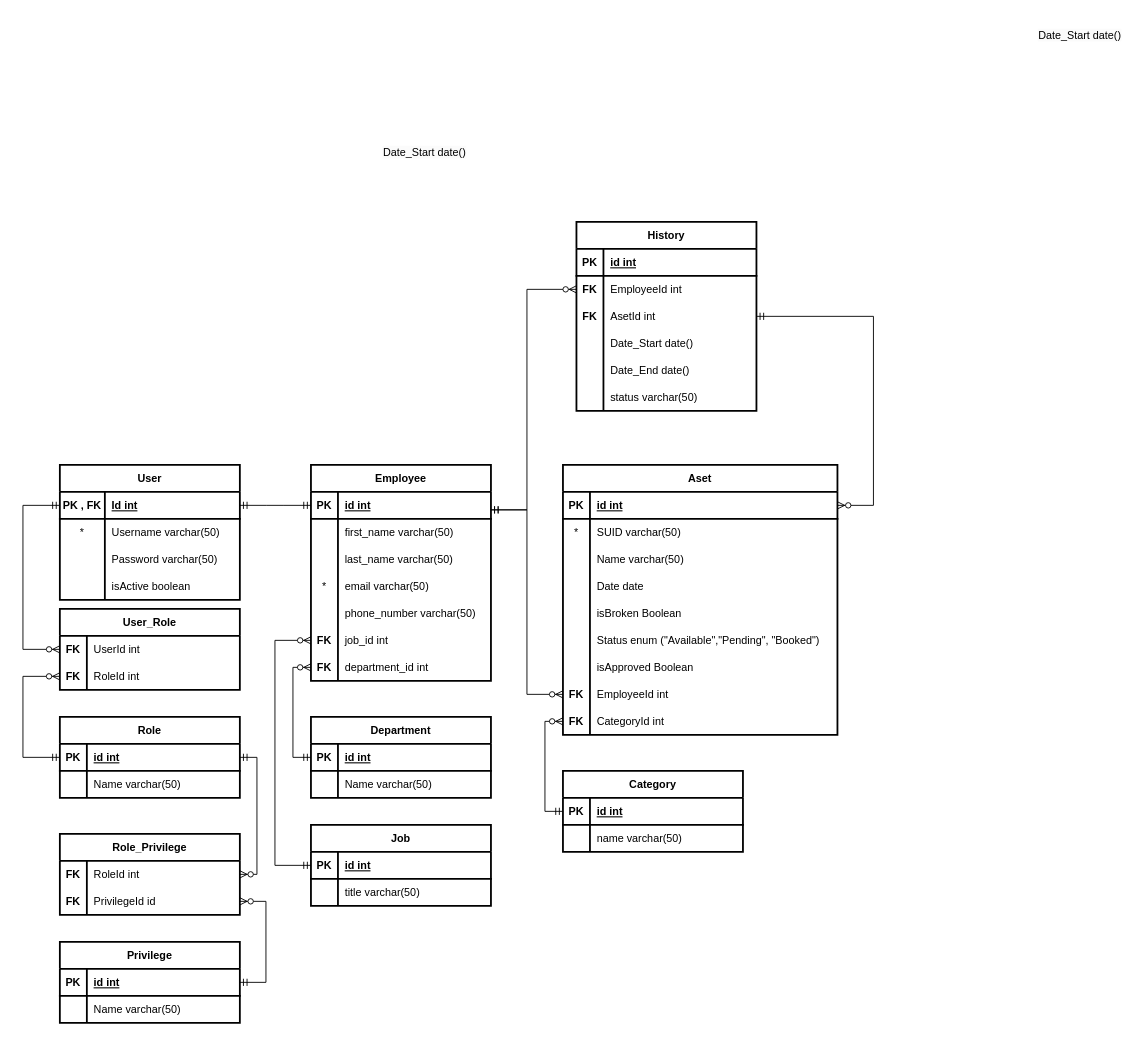
This is page "ERD" (6 of 7) of Untitled Diagram.drawio from alifandartaa/BPMN-MCC72, a draw.io file, before an edit. Source tidied: cells renumbered, new cells numbered last; positions are measured from the earlier drawing's top-left corner, leaving out a move shared by most shapes. Both pictures are drawn from the tidied source at 90%, with x=0, y=0 at pixel (22, 221).
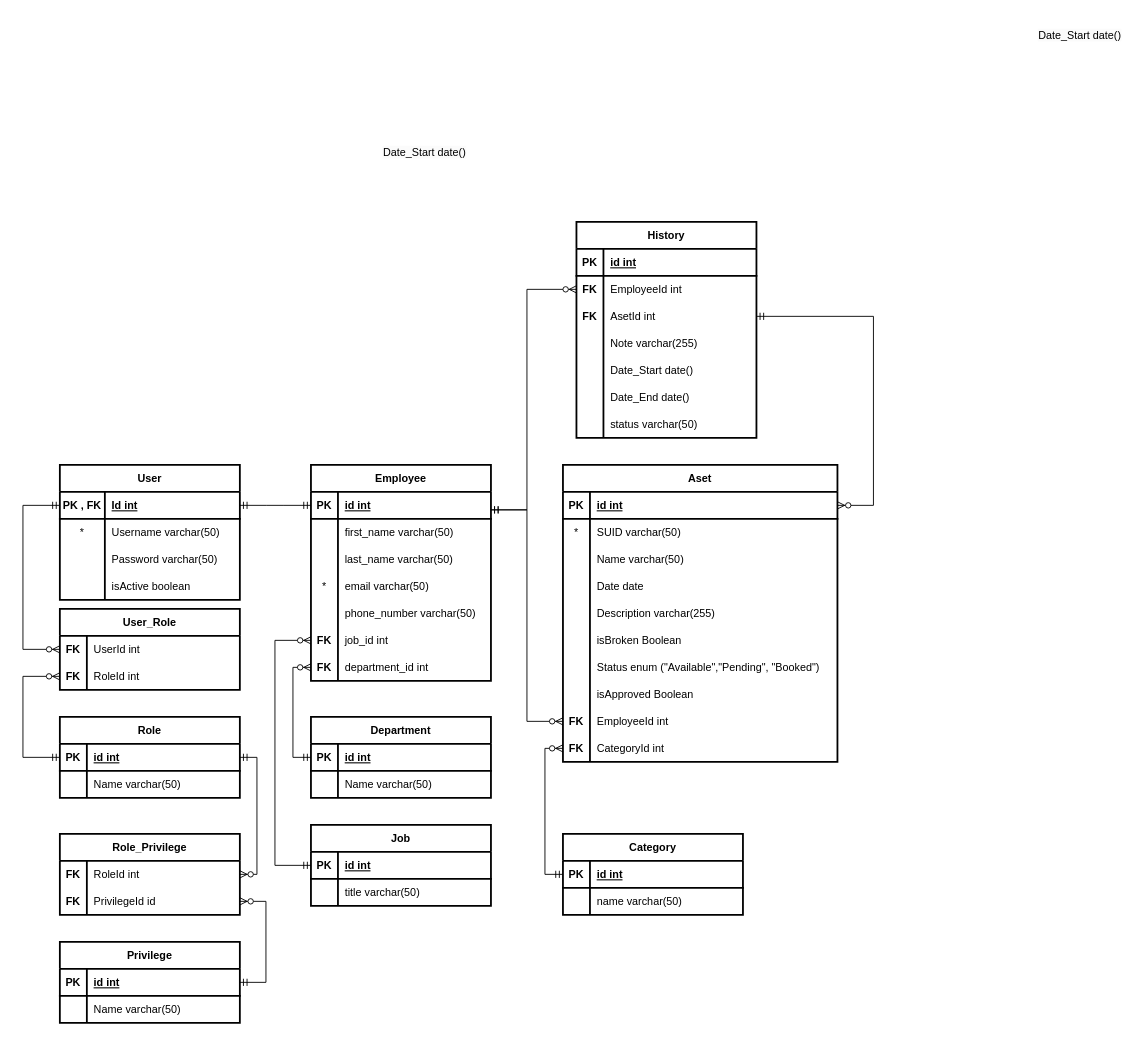
The same diagram, later.

The change refers to these unchanged cells:
```xml
<mxCell id="125" style="shape=tableRow;horizontal=0;startSize=0;swimlaneHead=0;swimlaneBody=0;fillColor=none;top=0;left=0;right=0;bottom=0;strokeWidth=2;" parent="115" vertex="1">
  <mxGeometry y="120" width="200" height="30" as="geometry" />
</mxCell>
```

Diff of the diagram source:
```diff
@@
     <mxCell id="70" value="Aset" style="shape=table;startSize=30;childLayout=tableLayout;rowLines=0;fontStyle=1;align=center;strokeWidth=2;" parent="1" vertex="1">
-      <mxGeometry x="600" y="270" width="305" height="300" as="geometry" />
+      <mxGeometry x="600" y="270" width="305" height="330" as="geometry" />
     </mxCell>
@@
+    <mxCell id="144" style="shape=tableRow;horizontal=0;startSize=0;swimlaneHead=0;swimlaneBody=0;fillColor=none;top=0;left=0;right=0;bottom=0;strokeWidth=2;" parent="70" vertex="1">
+      <mxGeometry y="150" width="305" height="30" as="geometry" />
+    </mxCell>
+    <mxCell id="145" style="shape=partialRectangle;fillColor=none;top=0;left=0;bottom=0;right=0;overflow=hidden;strokeWidth=2;" parent="144" vertex="1">
+      <mxGeometry width="30" height="30" as="geometry" />
+    </mxCell>
+    <mxCell id="146" value="Description varchar(255)" style="shape=partialRectangle;fillColor=none;top=0;left=0;bottom=0;right=0;align=left;spacingLeft=6;overflow=hidden;strokeWidth=2;" parent="144" vertex="1">
+      <mxGeometry x="30" width="275" height="30" as="geometry" />
+    </mxCell>
     <mxCell id="83" style="shape=tableRow;horizontal=0;startSize=0;swimlaneHead=0;swimlaneBody=0;fillColor=none;top=0;left=0;right=0;bottom=0;strokeWidth=2;" parent="70" vertex="1">
-      <mxGeometry y="150" width="305" height="30" as="geometry" />
+      <mxGeometry y="180" width="305" height="30" as="geometry" />
     </mxCell>
@@
     <mxCell id="86" style="shape=tableRow;horizontal=0;startSize=0;swimlaneHead=0;swimlaneBody=0;fillColor=none;top=0;left=0;right=0;bottom=0;strokeWidth=2;" parent="70" vertex="1">
-      <mxGeometry y="180" width="305" height="30" as="geometry" />
+      <mxGeometry y="210" width="305" height="30" as="geometry" />
     </mxCell>
@@
     <mxCell id="89" style="shape=tableRow;horizontal=0;startSize=0;swimlaneHead=0;swimlaneBody=0;fillColor=none;top=0;left=0;right=0;bottom=0;strokeWidth=2;" parent="70" vertex="1">
-      <mxGeometry y="210" width="305" height="30" as="geometry" />
+      <mxGeometry y="240" width="305" height="30" as="geometry" />
     </mxCell>
@@
     <mxCell id="92" style="shape=tableRow;horizontal=0;startSize=0;swimlaneHead=0;swimlaneBody=0;fillColor=none;points=[[0,0.5],[1,0.5]];portConstraint=eastwest;top=0;left=0;right=0;bottom=0;strokeWidth=2;" parent="70" vertex="1">
-      <mxGeometry y="240" width="305" height="30" as="geometry" />
+      <mxGeometry y="270" width="305" height="30" as="geometry" />
     </mxCell>
@@
     <mxCell id="95" style="shape=tableRow;horizontal=0;startSize=0;swimlaneHead=0;swimlaneBody=0;fillColor=none;points=[[0,0.5],[1,0.5]];portConstraint=eastwest;top=0;left=0;right=0;bottom=0;strokeWidth=2;" parent="70" vertex="1">
-      <mxGeometry y="270" width="305" height="30" as="geometry" />
+      <mxGeometry y="300" width="305" height="30" as="geometry" />
     </mxCell>
@@
     <mxCell id="115" value="History" style="shape=table;startSize=30;childLayout=tableLayout;rowLines=0;fontStyle=1;align=center;strokeWidth=2;" parent="1" vertex="1">
-      <mxGeometry x="615" width="200" height="210" as="geometry" />
+      <mxGeometry x="615" width="200" height="240" as="geometry" />
     </mxCell>
@@
-    <mxCell id="127" value="Date_Start date()" style="shape=partialRectangle;fillColor=none;top=0;left=0;bottom=0;right=0;align=left;spacingLeft=6;overflow=hidden;strokeWidth=2;" parent="125" vertex="1">
+    <mxCell id="127" value="Note varchar(255)" style="shape=partialRectangle;fillColor=none;top=0;left=0;bottom=0;right=0;align=left;spacingLeft=6;overflow=hidden;strokeWidth=2;" parent="125" vertex="1">
       <mxGeometry x="30" width="170" height="30" as="geometry" />
     </mxCell>
+    <mxCell id="147" style="shape=tableRow;horizontal=0;startSize=0;swimlaneHead=0;swimlaneBody=0;fillColor=none;top=0;left=0;right=0;bottom=0;strokeWidth=2;" parent="115" vertex="1">
+      <mxGeometry y="150" width="200" height="30" as="geometry" />
+    </mxCell>
+    <mxCell id="148" style="shape=partialRectangle;fillColor=none;top=0;left=0;bottom=0;right=0;overflow=hidden;strokeWidth=2;fontStyle=1;" parent="147" vertex="1">
+      <mxGeometry width="30" height="30" as="geometry" />
+    </mxCell>
+    <mxCell id="149" value="Date_Start date()" style="shape=partialRectangle;fillColor=none;top=0;left=0;bottom=0;right=0;align=left;spacingLeft=6;overflow=hidden;strokeWidth=2;" parent="147" vertex="1">
+      <mxGeometry x="30" width="170" height="30" as="geometry" />
+    </mxCell>
     <mxCell id="128" style="shape=tableRow;horizontal=0;startSize=0;swimlaneHead=0;swimlaneBody=0;fillColor=none;top=0;left=0;right=0;bottom=0;strokeWidth=2;" parent="115" vertex="1">
-      <mxGeometry y="150" width="200" height="30" as="geometry" />
+      <mxGeometry y="180" width="200" height="30" as="geometry" />
     </mxCell>
@@
     <mxCell id="131" style="shape=tableRow;horizontal=0;startSize=0;swimlaneHead=0;swimlaneBody=0;fillColor=none;top=0;left=0;right=0;bottom=0;strokeWidth=2;" parent="115" vertex="1">
-      <mxGeometry y="180" width="200" height="30" as="geometry" />
+      <mxGeometry y="210" width="200" height="30" as="geometry" />
     </mxCell>
@@
-    <mxCell id="133" value="status varchar(50)" style="shape=partialRectangle;fillColor=none;top=0;left=0;bottom=0;right=0;align=left;spacingLeft=6;overflow=hidden;strokeWidth=2;" parent="131" vertex="1">
+    <mxCell id="133" value="status varchar(50) " style="shape=partialRectangle;fillColor=none;top=0;left=0;bottom=0;right=0;align=left;spacingLeft=6;overflow=hidden;strokeWidth=2;" parent="131" vertex="1">
       <mxGeometry x="30" width="170" height="30" as="geometry" />
     </mxCell>
@@
     <mxCell id="136" value="Category" style="shape=table;startSize=30;childLayout=tableLayout;rowLines=0;fontStyle=1;align=center;strokeWidth=2;" parent="1" vertex="1">
-      <mxGeometry x="600" y="610" width="200" height="90" as="geometry" />
+      <mxGeometry x="600" y="680" width="200" height="90" as="geometry" />
     </mxCell>
```
